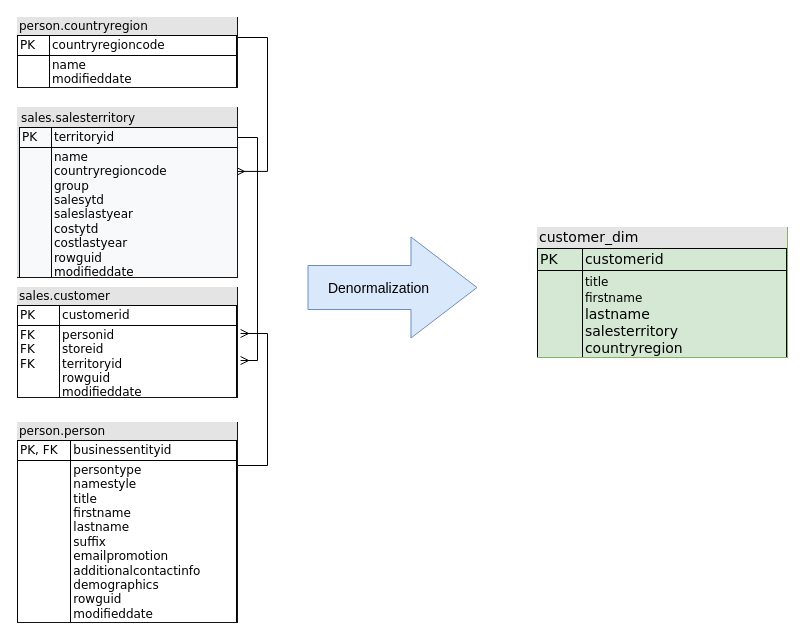
Above: page "customer_denormalization" (5 of 6) of data_models.drawio in glbarr/AdventureWorks_DW (draw.io), before the change. Source tidied: cells renumbered, new cells numbered last; positions are measured from the earlier drawing's top-left corner, leaving out a move shared by most shapes. Both pictures are drawn from the tidied source at 100%, with x=0, y=0 at pixel (17, 17).
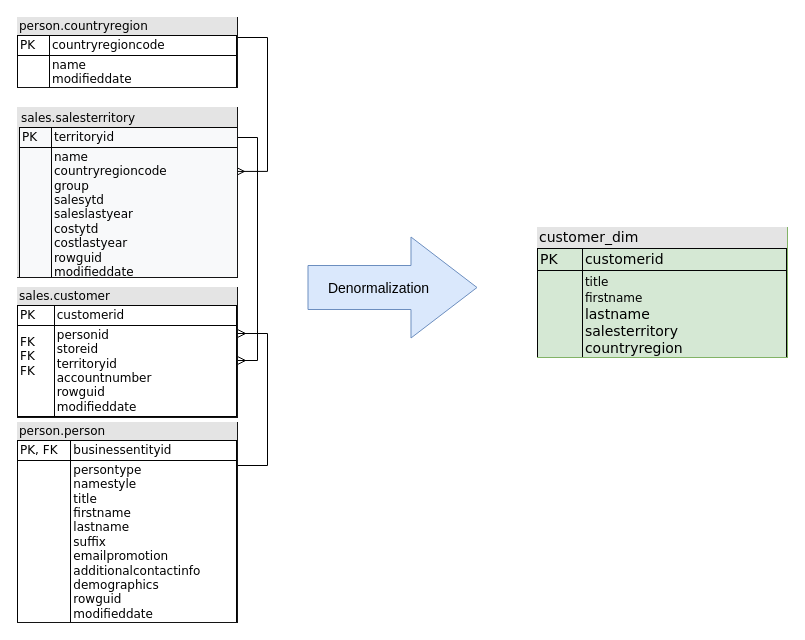
Above is the later version.

Change to the diagram source:
```diff
@@
 <mxGraphModel>
   <root>
     <mxCell id="0" />
     <mxCell id="1" parent="0" />
-    <mxCell id="2" style="edgeStyle=orthogonalEdgeStyle;rounded=0;jettySize=auto;html=1;fontSize=14;startArrow=ERmany;startFill=0;endArrow=none;endFill=0;exitX=1.014;exitY=0.418;exitDx=0;exitDy=0;exitPerimeter=0;entryX=1;entryY=0.25;entryDx=0;entryDy=0;" parent="1" edge="1" source="4" target="5">
+    <mxCell id="2" style="edgeStyle=orthogonalEdgeStyle;rounded=0;jettySize=auto;html=1;fontSize=14;startArrow=ERmany;startFill=0;endArrow=none;endFill=0;entryX=1;entryY=0.25;entryDx=0;entryDy=0;" parent="1" edge="1" source="4" target="5">
       <mxGeometry relative="1" as="geometry">
         <Array as="points">
           <mxPoint x="250" y="316" />
           <mxPoint x="250" y="448" />
+          <mxPoint x="220" y="448" />
         </Array>
       </mxGeometry>
     </mxCell>
-    <mxCell id="3" style="edgeStyle=orthogonalEdgeStyle;rounded=0;jettySize=auto;html=1;fontSize=14;startArrow=ERmany;startFill=0;endArrow=none;endFill=0;exitX=1.014;exitY=0.664;exitDx=0;exitDy=0;exitPerimeter=0;entryX=1;entryY=0.194;entryDx=0;entryDy=0;entryPerimeter=0;" parent="1" edge="1" source="4" target="7">
+    <mxCell id="3" style="edgeStyle=orthogonalEdgeStyle;rounded=0;jettySize=auto;html=1;fontSize=14;startArrow=ERmany;startFill=0;endArrow=none;endFill=0;entryX=1;entryY=0.194;entryDx=0;entryDy=0;entryPerimeter=0;" parent="1" edge="1" source="4" target="7">
       <mxGeometry relative="1" as="geometry">
         <Array as="points">
           <mxPoint x="240" y="343" />
           <mxPoint x="240" y="120" />
           <mxPoint x="220" y="120" />
         </Array>
       </mxGeometry>
     </mxCell>
-    <mxCell id="4" value="&lt;div style=&quot;box-sizing: border-box ; width: 100% ; background: #e4e4e4 ; padding: 2px&quot;&gt;sales.customer&lt;/div&gt;&lt;table border=&quot;1&quot; style=&quot;width: 100%; font-size: 1em; border: 1px solid rgb(3, 3, 3); border-collapse: collapse;&quot; cellpadding=&quot;2&quot; cellspacing=&quot;0&quot;&gt;&lt;tbody&gt;&lt;tr&gt;&lt;td&gt;PK&lt;/td&gt;&lt;td&gt;customerid&lt;/td&gt;&lt;/tr&gt;&lt;tr&gt;&lt;td&gt;FK&lt;br&gt;FK&lt;br&gt;FK&lt;br&gt;&lt;br&gt;&lt;br&gt;&lt;/td&gt;&lt;td&gt;personid&lt;br&gt;storeid&lt;br&gt;territoryid&lt;br&gt;rowguid&lt;br&gt;modifieddate&lt;/td&gt;&lt;/tr&gt;&lt;/tbody&gt;&lt;/table&gt;" style="verticalAlign=top;align=left;overflow=fill;html=1;rounded=0;shadow=0;comic=0;labelBackgroundColor=none;strokeWidth=1;fontFamily=Verdana;fontSize=12;strokeColor=#141414;" parent="1" vertex="1">
-      <mxGeometry y="270" width="220" height="110" as="geometry" />
+    <mxCell id="4" value="&lt;div style=&quot;box-sizing: border-box ; width: 100% ; background: #e4e4e4 ; padding: 2px&quot;&gt;sales.customer&lt;/div&gt;&lt;table border=&quot;1&quot; style=&quot;width: 100%; font-size: 1em; border: 1px solid rgb(3, 3, 3); border-collapse: collapse;&quot; cellpadding=&quot;2&quot; cellspacing=&quot;0&quot;&gt;&lt;tbody&gt;&lt;tr&gt;&lt;td&gt;PK&lt;/td&gt;&lt;td&gt;customerid&lt;/td&gt;&lt;/tr&gt;&lt;tr&gt;&lt;td&gt;FK&lt;br&gt;FK&lt;br&gt;FK&lt;br&gt;&lt;br&gt;&lt;br&gt;&lt;/td&gt;&lt;td&gt;personid&lt;br&gt;storeid&lt;br&gt;territoryid&lt;br&gt;accountnumber&lt;br&gt;rowguid&lt;br&gt;modifieddate&lt;/td&gt;&lt;/tr&gt;&lt;/tbody&gt;&lt;/table&gt;" style="verticalAlign=top;align=left;overflow=fill;html=1;rounded=0;shadow=0;comic=0;labelBackgroundColor=none;strokeWidth=1;fontFamily=Verdana;fontSize=12;strokeColor=#141414;" parent="1" vertex="1">
+      <mxGeometry y="270" width="220" height="130" as="geometry" />
     </mxCell>
     <mxCell id="5" value="&lt;div style=&quot;box-sizing: border-box ; width: 100% ; background: #e4e4e4 ; padding: 2px&quot;&gt;person.person&lt;/div&gt;&lt;table border=&quot;1&quot; style=&quot;width: 100%; font-size: 1em; border: 1px solid rgb(3, 3, 3); border-collapse: collapse;&quot; cellpadding=&quot;2&quot; cellspacing=&quot;0&quot;&gt;&lt;tbody&gt;&lt;tr&gt;&lt;td&gt;PK, FK&lt;/td&gt;&lt;td&gt;businessentityid&lt;/td&gt;&lt;/tr&gt;&lt;tr&gt;&lt;td&gt;&lt;br&gt;&lt;br&gt;&lt;br&gt;&lt;/td&gt;&lt;td&gt;persontype&lt;br&gt;namestyle&lt;br&gt;title&lt;br&gt;firstname&lt;br&gt;lastname&lt;br&gt;suffix&lt;br&gt;emailpromotion&lt;br&gt;additionalcontactinfo&lt;br&gt;demographics&lt;br&gt;rowguid&lt;br&gt;modifieddate&lt;/td&gt;&lt;/tr&gt;&lt;/tbody&gt;&lt;/table&gt;" style="verticalAlign=top;align=left;overflow=fill;html=1;rounded=0;shadow=0;comic=0;labelBackgroundColor=none;strokeWidth=1;fontFamily=Verdana;fontSize=12;strokeColor=#141414;" parent="1" vertex="1">
       <mxGeometry y="405" width="220" height="200" as="geometry" />
     </mxCell>
     <mxCell id="6" style="edgeStyle=orthogonalEdgeStyle;rounded=0;jettySize=auto;html=1;fontSize=14;startArrow=ERmany;startFill=0;endArrow=none;endFill=0;exitX=0.995;exitY=0.376;exitDx=0;exitDy=0;exitPerimeter=0;entryX=1;entryY=0.25;entryDx=0;entryDy=0;" parent="1" edge="1" source="7" target="10">
       <mxGeometry relative="1" as="geometry">
         <Array as="points">
           <mxPoint x="250" y="154" />
           <mxPoint x="250" y="20" />
           <mxPoint x="220" y="20" />
         </Array>
       </mxGeometry>
     </mxCell>
     <mxCell id="7" value="&lt;div style=&quot;box-sizing: border-box ; width: 100% ; background: #e4e4e4 ; padding: 2px&quot;&gt;&lt;div style=&quot;box-sizing: border-box; width: 220px; background-image: initial; background-position: initial; background-size: initial; background-repeat: initial; background-attachment: initial; background-origin: initial; background-clip: initial; padding: 2px;&quot;&gt;sales.salesterritory&lt;/div&gt;&lt;table style=&quot;font-size: 1em; background-color: rgb(248, 249, 250); width: 220px; border: 1px solid rgb(3, 3, 3); border-collapse: collapse;&quot; border=&quot;1&quot; cellpadding=&quot;2&quot; cellspacing=&quot;0&quot;&gt;&lt;tbody&gt;&lt;tr&gt;&lt;td&gt;PK&lt;/td&gt;&lt;td&gt;territoryid&lt;/td&gt;&lt;/tr&gt;&lt;tr&gt;&lt;td&gt;&lt;br&gt;&lt;/td&gt;&lt;td&gt;name&lt;br&gt;countryregioncode&lt;br&gt;group&lt;br&gt;salesytd&lt;br&gt;saleslastyear&lt;br&gt;costytd&lt;br&gt;costlastyear&lt;br&gt;rowguid&lt;br&gt;modifieddate&lt;/td&gt;&lt;/tr&gt;&lt;/tbody&gt;&lt;/table&gt;&lt;table style=&quot;background-color: initial; font-size: 1em; width: 100%; border: 1px solid rgb(3, 3, 3); border-collapse: collapse;&quot; border=&quot;1&quot; cellpadding=&quot;2&quot; cellspacing=&quot;0&quot;&gt;&lt;tbody&gt;&lt;tr&gt;&lt;td&gt;&lt;/td&gt;&lt;td&gt;&lt;br&gt;&lt;/td&gt;&lt;/tr&gt;&lt;tr&gt;&lt;td&gt;&lt;/td&gt;&lt;td&gt;&lt;br&gt;&lt;/td&gt;&lt;/tr&gt;&lt;/tbody&gt;&lt;/table&gt;&lt;/div&gt;" style="verticalAlign=top;align=left;overflow=fill;html=1;rounded=0;shadow=0;comic=0;labelBackgroundColor=none;strokeWidth=1;fontFamily=Verdana;fontSize=12;strokeColor=#141414;" parent="1" vertex="1">
       <mxGeometry y="90" width="220" height="170" as="geometry" />
     </mxCell>
     <mxCell id="8" style="shape=flexArrow;endArrow=classic;html=1;rounded=0;endWidth=56;endSize=21.67;width=44;fillColor=#dae8fc;strokeColor=#6c8ebf;" parent="1" edge="1">
       <mxGeometry relative="1" as="geometry">
         <mxPoint x="290" y="270" as="sourcePoint" />
         <mxPoint x="460" y="270" as="targetPoint" />
       </mxGeometry>
     </mxCell>
     <mxCell id="9" value="Denormalization" style="edgeLabel;html=1;align=center;verticalAlign=middle;fontSize=14;labelBackgroundColor=none;" parent="8" vertex="1">
       <mxGeometry x="-0.33" y="-7" relative="1" as="geometry">
         <mxPoint x="13" y="-7" as="offset" />
       </mxGeometry>
     </mxCell>
     <mxCell id="10" value="&lt;div style=&quot;box-sizing: border-box ; width: 100% ; background: #e4e4e4 ; padding: 2px&quot;&gt;person.countryregion&lt;/div&gt;&lt;table border=&quot;1&quot; style=&quot;width: 100%; font-size: 1em; border: 1px solid rgb(3, 3, 3); border-collapse: collapse;&quot; cellpadding=&quot;2&quot; cellspacing=&quot;0&quot;&gt;&lt;tbody&gt;&lt;tr&gt;&lt;td&gt;PK&lt;/td&gt;&lt;td&gt;countryregioncode&lt;/td&gt;&lt;/tr&gt;&lt;tr&gt;&lt;td&gt;&lt;br&gt;&lt;/td&gt;&lt;td&gt;name&lt;br&gt;modifieddate&lt;/td&gt;&lt;/tr&gt;&lt;/tbody&gt;&lt;/table&gt;" style="verticalAlign=top;align=left;overflow=fill;html=1;rounded=0;shadow=0;comic=0;labelBackgroundColor=none;strokeWidth=1;fontFamily=Verdana;fontSize=12;strokeColor=#141414;" parent="1" vertex="1">
       <mxGeometry width="220" height="70" as="geometry" />
     </mxCell>
     <mxCell id="11" value="&lt;div style=&quot;box-sizing: border-box; width: 100%; background: rgb(228, 228, 228); padding: 2px; font-size: 14px;&quot;&gt;customer_dim&lt;/div&gt;&lt;table border=&quot;1&quot; style=&quot;width: 100%; font-size: 14px; border: 1px solid rgb(3, 3, 3); border-collapse: collapse;&quot; cellpadding=&quot;2&quot; cellspacing=&quot;0&quot;&gt;&lt;tbody style=&quot;font-size: 14px;&quot;&gt;&lt;tr style=&quot;font-size: 14px;&quot;&gt;&lt;td style=&quot;font-size: 14px;&quot;&gt;PK&lt;/td&gt;&lt;td style=&quot;font-size: 14px;&quot;&gt;customerid&lt;br&gt;&lt;/td&gt;&lt;/tr&gt;&lt;tr style=&quot;font-size: 14px;&quot;&gt;&lt;td style=&quot;font-size: 14px;&quot;&gt;&lt;br style=&quot;font-size: 14px;&quot;&gt;&lt;/td&gt;&lt;td style=&quot;font-size: 14px;&quot;&gt;&lt;span style=&quot;font-size: 12px;&quot;&gt;title&lt;br&gt;firstname&lt;br&gt;&lt;/span&gt;lastname&lt;br&gt;salesterritory&lt;br&gt;countryregion&lt;br&gt;&lt;/td&gt;&lt;/tr&gt;&lt;/tbody&gt;&lt;/table&gt;" style="verticalAlign=top;align=left;overflow=fill;html=1;rounded=0;shadow=0;comic=0;labelBackgroundColor=none;strokeWidth=1;fontFamily=Verdana;fontSize=14;fillColor=#d5e8d4;strokeColor=#82b366;" parent="1" vertex="1">
       <mxGeometry x="520" y="210" width="250" height="130" as="geometry" />
     </mxCell>
   </root>
 </mxGraphModel>
```
